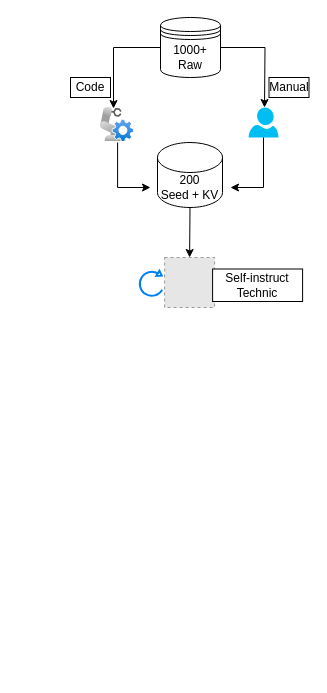
The draw.io diagram page "第 1 页" (1 of 2) of datapipeline.drawio in Zoisaang/test1, before the edit. Source tidied: cells renumbered, new cells numbered last; positions are measured from the earlier drawing's top-left corner, leaving out a move shared by most shapes. Both pictures are drawn from the tidied source at 100%, with x=0, y=0 at pixel (70, 17). Pictures stored in the file or linked from it are replaced by grey dashed boxes.
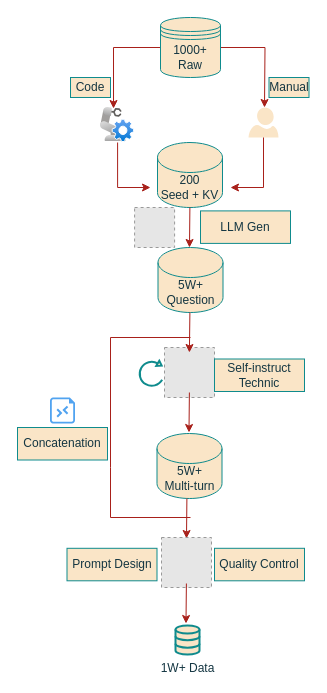
Above is the later version.

What changed in the source:
```diff
@@
-    <mxCell id="2" style="edgeStyle=orthogonalEdgeStyle;rounded=0;jettySize=auto;html=1;entryX=0.382;entryY=0.029;entryDx=0;entryDy=0;entryPerimeter=0;" parent="1" edge="1" source="4" target="6">
+    <mxCell id="2" style="edgeStyle=orthogonalEdgeStyle;rounded=0;jettySize=auto;html=1;entryX=0.382;entryY=0.029;entryDx=0;entryDy=0;entryPerimeter=0;labelBackgroundColor=none;strokeColor=#A8201A;fontColor=default;" parent="1" edge="1" source="4" target="6">
       <mxGeometry relative="1" as="geometry" />
     </mxCell>
-    <mxCell id="3" style="edgeStyle=orthogonalEdgeStyle;rounded=0;jettySize=auto;html=1;" parent="1" edge="1" source="4">
+    <mxCell id="3" style="edgeStyle=orthogonalEdgeStyle;rounded=0;jettySize=auto;html=1;labelBackgroundColor=none;strokeColor=#A8201A;fontColor=default;" parent="1" edge="1" source="4">
       <mxGeometry relative="1" as="geometry">
         <mxPoint x="194" y="90" as="targetPoint" />
       </mxGeometry>
     </mxCell>
-    <mxCell id="4" value="1000+&lt;br&gt;Raw" style="shape=datastore;whiteSpace=wrap;html=1;rounded=0;" parent="1" vertex="1">
+    <mxCell id="4" value="1000+&lt;br&gt;Raw" style="shape=datastore;whiteSpace=wrap;html=1;rounded=0;fillColor=#FAE5C7;labelBackgroundColor=none;strokeColor=#0F8B8D;fontColor=#143642;" parent="1" vertex="1">
       <mxGeometry x="90" width="60" height="60" as="geometry" />
     </mxCell>
-    <mxCell id="5" style="edgeStyle=orthogonalEdgeStyle;rounded=0;orthogonalLoop=1;jettySize=auto;html=1;" parent="1" edge="1">
+    <mxCell id="5" style="edgeStyle=orthogonalEdgeStyle;rounded=0;orthogonalLoop=1;jettySize=auto;html=1;labelBackgroundColor=none;strokeColor=#A8201A;fontColor=default;" parent="1" edge="1">
       <mxGeometry relative="1" as="geometry">
         <mxPoint x="47.1" y="125" as="sourcePoint" />
         <mxPoint x="80" y="170" as="targetPoint" />
         <Array as="points">
           <mxPoint x="80" y="170" />
           <mxPoint x="80" y="170" />
         </Array>
       </mxGeometry>
     </mxCell>
-    <mxCell id="6" style="image;html=1;points=[];align=center;fontSize=12;image=img/lib/azure2/other/Defender_Robot_Controller.svg;rounded=0;" parent="1" vertex="1">
+    <mxCell id="6" style="image;html=1;points=[];align=center;fontSize=12;image=img/lib/azure2/other/Defender_Robot_Controller.svg;rounded=0;labelBackgroundColor=none;fillColor=#FAE5C7;strokeColor=#0F8B8D;fontColor=#143642;" parent="1" vertex="1">
       <mxGeometry x="30" y="90" width="34.1" height="35" as="geometry" />
     </mxCell>
-    <mxCell id="7" style="verticalLabelPosition=bottom;html=1;verticalAlign=top;align=center;strokeColor=none;fillColor=#00BEF2;shape=mxgraph.azure.user;rounded=0;" parent="1" vertex="1">
+    <mxCell id="7" style="verticalLabelPosition=bottom;html=1;verticalAlign=top;align=center;strokeColor=none;fillColor=#FAE5C7;shape=mxgraph.azure.user;rounded=0;labelBackgroundColor=none;fontColor=#143642;" parent="1" vertex="1">
       <mxGeometry x="178" y="90" width="30" height="30" as="geometry" />
     </mxCell>
-    <mxCell id="8" value="Code" style="whiteSpace=wrap;html=1;rounded=0;" parent="1" vertex="1">
+    <mxCell id="8" value="Code" style="whiteSpace=wrap;html=1;rounded=0;labelBackgroundColor=none;fillColor=#FAE5C7;strokeColor=#0F8B8D;fontColor=#143642;" parent="1" vertex="1">
       <mxGeometry y="60" width="40" height="20" as="geometry" />
     </mxCell>
-    <mxCell id="9" value="Manual" style="whiteSpace=wrap;html=1;rounded=0;" parent="1" vertex="1">
+    <mxCell id="9" value="Manual" style="whiteSpace=wrap;html=1;rounded=0;labelBackgroundColor=none;fillColor=#FAE5C7;strokeColor=#0F8B8D;fontColor=#143642;" parent="1" vertex="1">
       <mxGeometry x="198.5" y="60" width="40" height="20" as="geometry" />
     </mxCell>
-    <mxCell id="10" value="200&lt;div&gt;Seed + KV&lt;/div&gt;" style="shape=cylinder3;whiteSpace=wrap;html=1;boundedLbl=1;backgroundOutline=1;size=15;" parent="1" vertex="1">
+    <mxCell id="10" value="200&lt;div&gt;Seed + KV&lt;/div&gt;" style="shape=cylinder3;whiteSpace=wrap;html=1;boundedLbl=1;backgroundOutline=1;size=15;fillColor=#FAE5C7;labelBackgroundColor=none;strokeColor=#0F8B8D;fontColor=#143642;" parent="1" vertex="1">
       <mxGeometry x="87" y="125" width="65" height="65" as="geometry" />
     </mxCell>
-    <mxCell id="11" style="endArrow=classic;html=1;rounded=0;exitX=0.5;exitY=1;exitDx=0;exitDy=0;exitPerimeter=0;" parent="1" edge="1" source="7">
+    <mxCell id="11" style="endArrow=classic;html=1;rounded=0;exitX=0.5;exitY=1;exitDx=0;exitDy=0;exitPerimeter=0;labelBackgroundColor=none;strokeColor=#A8201A;fontColor=default;" parent="1" edge="1" source="7">
       <mxGeometry relative="1" as="geometry">
         <mxPoint x="160" y="170" as="targetPoint" />
         <Array as="points">
           <mxPoint x="193" y="170" />
         </Array>
       </mxGeometry>
     </mxCell>
-    <mxCell id="12" style="fillColor=#E6E6E6;strokeColor=#999999;dashed=1;html=1;verticalAlign=top;verticalLabelPosition=bottom;labelBackgroundColor=#ffffff;" parent="1" vertex="1">
-      <mxGeometry x="94.1" y="240" width="50" height="50" as="geometry" />
+    <mxCell id="12" style="fillColor=#E6E6E6;strokeColor=#999999;dashed=1;html=1;verticalAlign=top;verticalLabelPosition=bottom;labelBackgroundColor=none;fontColor=#143642;" parent="1" vertex="1">
+      <mxGeometry x="94" y="330" width="50" height="50" as="geometry" />
     </mxCell>
-    <mxCell id="13" style="html=1;verticalLabelPosition=bottom;align=center;labelBackgroundColor=#ffffff;verticalAlign=top;strokeWidth=2;strokeColor=#0080F0;shadow=0;dashed=0;shape=mxgraph.ios7.icons.reload;rotation=30;" parent="1" vertex="1">
-      <mxGeometry x="70.1" y="251.5" width="24" height="27" as="geometry" />
+    <mxCell id="13" style="html=1;verticalLabelPosition=bottom;align=center;labelBackgroundColor=none;verticalAlign=top;strokeWidth=2;strokeColor=#0F8B8D;shadow=0;dashed=0;shape=mxgraph.ios7.icons.reload;rotation=30;fillColor=#FAE5C7;fontColor=#143642;" parent="1" vertex="1">
+      <mxGeometry x="70" y="341.5" width="24" height="27" as="geometry" />
     </mxCell>
-    <mxCell id="14" value="Self-instruct Technic" style="whiteSpace=wrap;html=1;rounded=0;" parent="1" vertex="1">
-      <mxGeometry x="142.1" y="251.5" width="90" height="32.5" as="geometry" />
+    <mxCell id="14" value="Self-instruct Technic" style="whiteSpace=wrap;html=1;rounded=0;labelBackgroundColor=none;fillColor=#FAE5C7;strokeColor=#0F8B8D;fontColor=#143642;" parent="1" vertex="1">
+      <mxGeometry x="144" y="341.5" width="90" height="32.5" as="geometry" />
     </mxCell>
-    <mxCell id="15" style="endArrow=classic;html=1;rounded=0;exitX=0.5;exitY=1;exitDx=0;exitDy=0;exitPerimeter=0;entryX=0.5;entryY=0;entryDx=0;entryDy=0;" parent="1" edge="1" source="10" target="12">
-      <mxGeometry relative="1" as="geometry" />
+    <mxCell id="15" style="endArrow=classic;html=1;rounded=0;entryX=0.5;entryY=0;entryDx=0;entryDy=0;labelBackgroundColor=none;strokeColor=#A8201A;fontColor=default;" parent="1" edge="1">
+      <mxGeometry relative="1" as="geometry">
+        <mxPoint x="119.4" y="190" as="sourcePoint" />
+        <mxPoint x="119" y="230" as="targetPoint" />
+      </mxGeometry>
     </mxCell>
+    <mxCell id="16" value="5W+&lt;div&gt;Question&lt;/div&gt;" style="shape=cylinder3;whiteSpace=wrap;html=1;boundedLbl=1;backgroundOutline=1;size=15;fillColor=#FAE5C7;labelBackgroundColor=none;strokeColor=#0F8B8D;fontColor=#143642;" parent="1" vertex="1">
+      <mxGeometry x="87.5" y="230" width="65" height="65" as="geometry" />
+    </mxCell>
+    <mxCell id="17" style="endArrow=classic;html=1;rounded=0;entryX=0.5;entryY=0;entryDx=0;entryDy=0;labelBackgroundColor=none;strokeColor=#A8201A;fontColor=default;" parent="1" edge="1">
+      <mxGeometry relative="1" as="geometry">
+        <mxPoint x="119.4" y="295" as="sourcePoint" />
+        <mxPoint x="118.9" y="335" as="targetPoint" />
+      </mxGeometry>
+    </mxCell>
+    <mxCell id="18" value="LLM Gen" style="whiteSpace=wrap;html=1;rounded=0;labelBackgroundColor=none;fillColor=#FAE5C7;strokeColor=#0F8B8D;fontColor=#143642;" parent="1" vertex="1">
+      <mxGeometry x="130" y="193.4" width="90" height="32.5" as="geometry" />
+    </mxCell>
+    <mxCell id="19" style="fillColor=#E6E6E6;strokeColor=#999999;dashed=1;html=1;verticalAlign=top;verticalLabelPosition=bottom;labelBackgroundColor=none;fontColor=#143642;" parent="1" vertex="1">
+      <mxGeometry x="64.1" y="190" width="40" height="40" as="geometry" />
+    </mxCell>
+    <mxCell id="20" value="5W+&lt;div&gt;Multi-turn&lt;/div&gt;" style="shape=cylinder3;whiteSpace=wrap;html=1;boundedLbl=1;backgroundOutline=1;size=15;fillColor=#FAE5C7;labelBackgroundColor=none;strokeColor=#0F8B8D;fontColor=#143642;" parent="1" vertex="1">
+      <mxGeometry x="86.5" y="416" width="65" height="65" as="geometry" />
+    </mxCell>
+    <mxCell id="21" style="endArrow=classic;html=1;rounded=0;entryX=0.5;entryY=0;entryDx=0;entryDy=0;labelBackgroundColor=none;strokeColor=#A8201A;fontColor=default;" parent="1" edge="1">
+      <mxGeometry relative="1" as="geometry">
+        <mxPoint x="118.9" y="375" as="sourcePoint" />
+        <mxPoint x="118.5" y="415" as="targetPoint" />
+      </mxGeometry>
+    </mxCell>
+    <mxCell id="22" style="endArrow=classic;html=1;rounded=0;entryX=0.5;entryY=0;entryDx=0;entryDy=0;labelBackgroundColor=none;strokeColor=#A8201A;fontColor=default;" parent="1" edge="1">
+      <mxGeometry relative="1" as="geometry">
+        <mxPoint x="116.4" y="481" as="sourcePoint" />
+        <mxPoint x="116" y="521" as="targetPoint" />
+      </mxGeometry>
+    </mxCell>
+    <mxCell id="23" style="endArrow=none;html=1;rounded=0;labelBackgroundColor=none;strokeColor=#A8201A;fontColor=default;" parent="1" edge="1">
+      <mxGeometry relative="1" as="geometry">
+        <mxPoint x="120" y="320" as="sourcePoint" />
+        <mxPoint x="120" y="500" as="targetPoint" />
+        <Array as="points">
+          <mxPoint x="40" y="320" />
+          <mxPoint x="40" y="450" />
+          <mxPoint x="40" y="500" />
+        </Array>
+      </mxGeometry>
+    </mxCell>
+    <mxCell id="24" style="sketch=0;shadow=0;dashed=0;html=1;strokeColor=none;labelPosition=center;verticalLabelPosition=bottom;verticalAlign=top;align=center;shape=mxgraph.azure.rdp_remoting_file;fillColor=light-dark(#51a3f0, #36240a);labelBackgroundColor=none;fontColor=#143642;" parent="1" vertex="1">
+      <mxGeometry x="-20.5" y="380" width="25" height="26" as="geometry" />
+    </mxCell>
+    <mxCell id="25" value="Concatenation" style="whiteSpace=wrap;html=1;rounded=0;labelBackgroundColor=none;fillColor=#FAE5C7;strokeColor=#0F8B8D;fontColor=#143642;" parent="1" vertex="1">
+      <mxGeometry x="-53" y="410" width="90" height="32.5" as="geometry" />
+    </mxCell>
+    <mxCell id="26" style="fillColor=#E6E6E6;strokeColor=#999999;dashed=1;html=1;verticalAlign=top;verticalLabelPosition=bottom;labelBackgroundColor=none;fontColor=#143642;" parent="1" vertex="1">
+      <mxGeometry x="91" y="520" width="50" height="50" as="geometry" />
+    </mxCell>
+    <mxCell id="27" value="Quality Control" style="whiteSpace=wrap;html=1;rounded=0;labelBackgroundColor=none;fillColor=#FAE5C7;strokeColor=#0F8B8D;fontColor=#143642;" parent="1" vertex="1">
+      <mxGeometry x="144" y="530.8" width="90" height="32.5" as="geometry" />
+    </mxCell>
+    <mxCell id="28" value="1W+ Data" style="html=1;verticalLabelPosition=bottom;align=center;labelBackgroundColor=none;verticalAlign=top;strokeWidth=2;strokeColor=#0F8B8D;shadow=0;dashed=0;shape=mxgraph.ios7.icons.data;fillColor=#FAE5C7;fontColor=#143642;" parent="1" vertex="1">
+      <mxGeometry x="105" y="608" width="24" height="29.1" as="geometry" />
+    </mxCell>
+    <mxCell id="29" style="endArrow=classic;html=1;rounded=0;entryX=0.5;entryY=0;entryDx=0;entryDy=0;labelBackgroundColor=none;strokeColor=#A8201A;fontColor=default;" parent="1" edge="1">
+      <mxGeometry relative="1" as="geometry">
+        <mxPoint x="115.9" y="566" as="sourcePoint" />
+        <mxPoint x="115.5" y="606" as="targetPoint" />
+      </mxGeometry>
+    </mxCell>
+    <mxCell id="30" value="Prompt Design" style="whiteSpace=wrap;html=1;rounded=0;labelBackgroundColor=none;fillColor=#FAE5C7;strokeColor=#0F8B8D;fontColor=#143642;" parent="1" vertex="1">
+      <mxGeometry x="-3.5" y="530.8" width="90" height="32.5" as="geometry" />
+    </mxCell>
```
